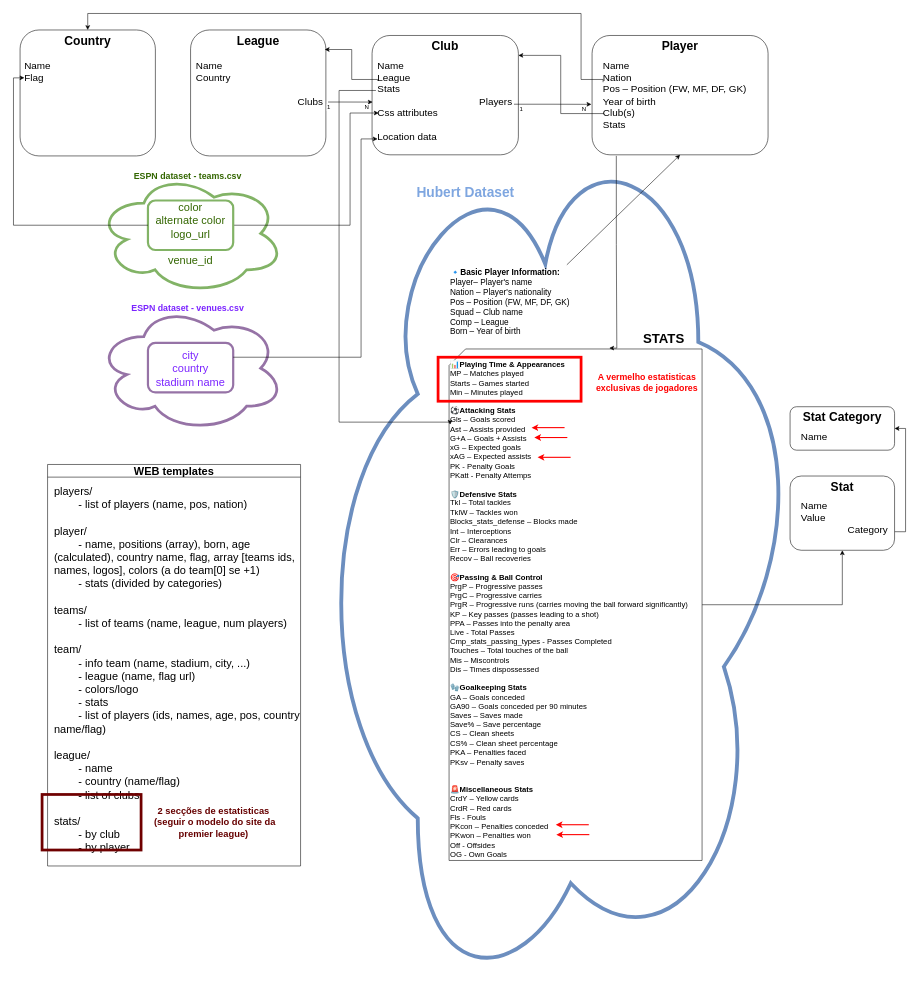
The draw.io diagram docs/ws_model_schema.drawio in GuiAmorim03/WS-Project-2, before the edit. Source tidied: cells renumbered, new cells numbered last; positions are measured from the earlier drawing's top-left corner, leaving out a move shared by most shapes. Both pictures are drawn from the tidied source at 55%, with x=0, y=0 at pixel (13, 13).
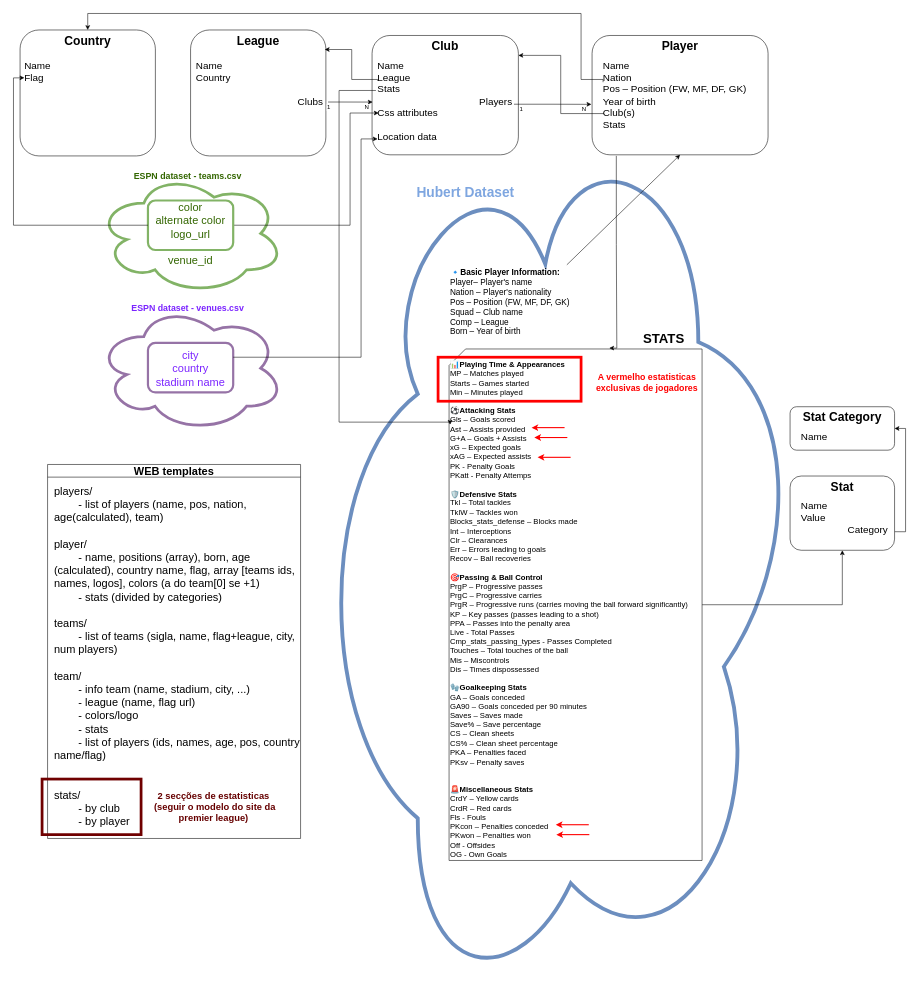
The same page after the edit.

The edit, as a diff of the source:
```diff
@@
     <mxCell id="42" value="WEB templates" style="swimlane;whiteSpace=wrap;html=1;fontSize=20;fontStyle=1;" parent="1" vertex="1">
-      <mxGeometry x="62" y="820" width="460" height="730" as="geometry" />
+      <mxGeometry x="62" y="820" width="460" height="680" as="geometry" />
     </mxCell>
-    <mxCell id="43" value="&lt;div&gt;players/&lt;/div&gt;&lt;div&gt;&lt;span style=&quot;white-space: pre;&quot;&gt;&#9;&lt;/span&gt;- list of players (name, pos, nation)&lt;br&gt;&lt;/div&gt;&lt;div&gt;&lt;br&gt;&lt;/div&gt;&lt;div&gt;player/&lt;div&gt;&lt;span style=&quot;white-space: pre;&quot;&gt;&#9;&lt;/span&gt;- name, positions (array), born, age (calculated), country name, flag, array [teams ids, names, logos], colors (a do team[0] se +1)&lt;br&gt;&lt;/div&gt;&lt;div&gt;&lt;span style=&quot;background-color: transparent; color: light-dark(rgb(0, 0, 0), rgb(255, 255, 255)); white-space: pre;&quot;&gt;&#9;&lt;/span&gt;&lt;span style=&quot;background-color: transparent; color: light-dark(rgb(0, 0, 0), rgb(255, 255, 255));&quot;&gt;- stats (divided by categories)&lt;/span&gt;&lt;/div&gt;&lt;div&gt;&lt;br&gt;&lt;/div&gt;&lt;/div&gt;&lt;div&gt;teams/&lt;/div&gt;&lt;div&gt;&lt;span style=&quot;white-space: pre;&quot;&gt;&#9;&lt;/span&gt;- list of teams (name, league, num players)&lt;br&gt;&lt;/div&gt;&lt;div&gt;&lt;br&gt;&lt;/div&gt;&lt;div&gt;&lt;div&gt;team/&lt;div&gt;&lt;span style=&quot;white-space: pre;&quot;&gt;&#9;&lt;/span&gt;- info team (name, stadium, city, ...)&lt;br&gt;&lt;/div&gt;&lt;div&gt;&lt;span style=&quot;white-space: pre;&quot;&gt;&#9;&lt;/span&gt;- league (name, flag url)&lt;/div&gt;&lt;div&gt;&lt;span style=&quot;white-space: pre;&quot;&gt;&#9;&lt;/span&gt;- colors/logo&lt;/div&gt;&lt;div&gt;&lt;span style=&quot;white-space: pre;&quot;&gt;&#9;&lt;/span&gt;- stats&amp;nbsp;&lt;/div&gt;&lt;/div&gt;&lt;div&gt;&lt;span style=&quot;white-space: pre;&quot;&gt;&#9;&lt;/span&gt;- list of players (ids, names, age, pos, country name/flag)&lt;/div&gt;&lt;div&gt;&lt;br&gt;&lt;/div&gt;&lt;/div&gt;&lt;div&gt;&lt;div&gt;league/&lt;div&gt;&lt;span style=&quot;white-space: pre;&quot;&gt;&#9;&lt;/span&gt;- name&lt;br&gt;&lt;/div&gt;&lt;div&gt;&lt;span style=&quot;white-space: pre;&quot;&gt;&#9;&lt;/span&gt;- country (name/flag)&lt;/div&gt;&lt;div&gt;&lt;span style=&quot;white-space: pre;&quot;&gt;&#9;&lt;/span&gt;- list of clubs&lt;/div&gt;&lt;/div&gt;&lt;div&gt;&lt;br&gt;&lt;/div&gt;&lt;/div&gt;&lt;div&gt;stats/&lt;/div&gt;&lt;div&gt;&lt;span style=&quot;white-space: pre;&quot;&gt;&#9;&lt;/span&gt;- by club&lt;br&gt;&lt;/div&gt;&lt;div&gt;&lt;span style=&quot;white-space: pre;&quot;&gt;&#9;&lt;/span&gt;- by player&lt;br&gt;&lt;/div&gt;" style="text;html=1;align=left;verticalAlign=top;whiteSpace=wrap;rounded=0;fontSize=20;" parent="1" vertex="1">
-      <mxGeometry x="72" y="850" width="450" height="810" as="geometry" />
+    <mxCell id="43" value="&lt;div&gt;players/&lt;/div&gt;&lt;div&gt;&lt;span style=&quot;white-space: pre;&quot;&gt;&#9;&lt;/span&gt;- list of players (name, pos, nation, age(calculated), team)&lt;br&gt;&lt;/div&gt;&lt;div&gt;&lt;br&gt;&lt;/div&gt;&lt;div&gt;player/&lt;div&gt;&lt;span style=&quot;white-space: pre;&quot;&gt;&#9;&lt;/span&gt;- name, positions (array), born, age (calculated), country name, flag, array [teams ids, names, logos], colors (a do team[0] se +1)&lt;br&gt;&lt;/div&gt;&lt;div&gt;&lt;span style=&quot;background-color: transparent; color: light-dark(rgb(0, 0, 0), rgb(255, 255, 255)); white-space: pre;&quot;&gt;&#9;&lt;/span&gt;&lt;span style=&quot;background-color: transparent; color: light-dark(rgb(0, 0, 0), rgb(255, 255, 255));&quot;&gt;- stats (divided by categories)&lt;/span&gt;&lt;/div&gt;&lt;div&gt;&lt;br&gt;&lt;/div&gt;&lt;/div&gt;&lt;div&gt;teams/&lt;/div&gt;&lt;div&gt;&lt;span style=&quot;white-space: pre;&quot;&gt;&#9;&lt;/span&gt;- list of teams (sigla, name, flag+league, city, num players)&lt;br&gt;&lt;/div&gt;&lt;div&gt;&lt;br&gt;&lt;/div&gt;&lt;div&gt;&lt;div&gt;team/&lt;div&gt;&lt;span style=&quot;white-space: pre;&quot;&gt;&#9;&lt;/span&gt;- info team (name, stadium, city, ...)&lt;br&gt;&lt;/div&gt;&lt;div&gt;&lt;span style=&quot;white-space: pre;&quot;&gt;&#9;&lt;/span&gt;- league (name, flag url)&lt;/div&gt;&lt;div&gt;&lt;span style=&quot;white-space: pre;&quot;&gt;&#9;&lt;/span&gt;- colors/logo&lt;/div&gt;&lt;div&gt;&lt;span style=&quot;white-space: pre;&quot;&gt;&#9;&lt;/span&gt;- stats&amp;nbsp;&lt;/div&gt;&lt;/div&gt;&lt;div&gt;&lt;span style=&quot;white-space: pre;&quot;&gt;&#9;&lt;/span&gt;- list of players (ids, names, age, pos, country name/flag)&lt;/div&gt;&lt;div&gt;&lt;br&gt;&lt;/div&gt;&lt;/div&gt;&lt;div&gt;&lt;div&gt;&lt;br&gt;&lt;/div&gt;&lt;/div&gt;&lt;div&gt;stats/&lt;/div&gt;&lt;div&gt;&lt;span style=&quot;white-space: pre;&quot;&gt;&#9;&lt;/span&gt;- by club&lt;br&gt;&lt;/div&gt;&lt;div&gt;&lt;span style=&quot;white-space: pre;&quot;&gt;&#9;&lt;/span&gt;- by player&lt;br&gt;&lt;/div&gt;" style="text;html=1;align=left;verticalAlign=top;whiteSpace=wrap;rounded=0;fontSize=20;" parent="1" vertex="1">
+      <mxGeometry x="72" y="850" width="450" height="620" as="geometry" />
     </mxCell>
     <mxCell id="44" style="rounded=0;whiteSpace=wrap;html=1;fillColor=none;strokeColor=#6F0000;fontColor=#ffffff;strokeWidth=5;" parent="1" vertex="1">
-      <mxGeometry x="52" y="1420" width="180" height="101" as="geometry" />
+      <mxGeometry x="52" y="1392" width="180" height="101" as="geometry" />
     </mxCell>
     <mxCell id="45" value="2 secções de estatisticas&lt;div&gt;&amp;nbsp;(seguir o modelo do site da premier league)&lt;/div&gt;" style="text;html=1;align=center;verticalAlign=middle;whiteSpace=wrap;rounded=0;fontColor=#660000;fontStyle=1;fontSize=17;" parent="1" vertex="1">
-      <mxGeometry x="244.5" y="1431" width="237.5" height="80" as="geometry" />
+      <mxGeometry x="244.5" y="1403" width="237.5" height="80" as="geometry" />
     </mxCell>
```
